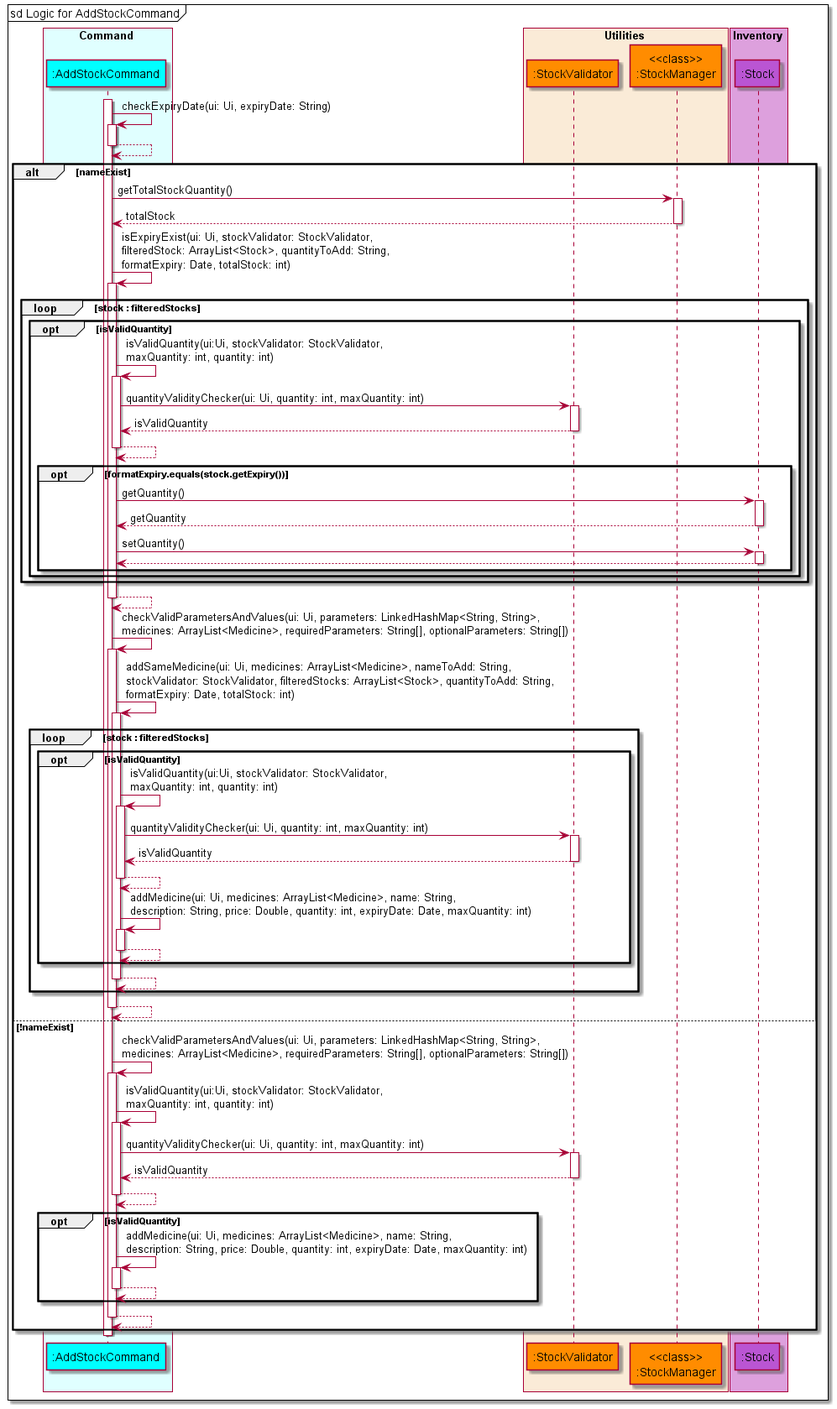
Above: docs/diagrams/diagram_images/AddStockSequenceDiagram.png in nus-cs2113-AY2122S1/tp (PlantUML), before the change.
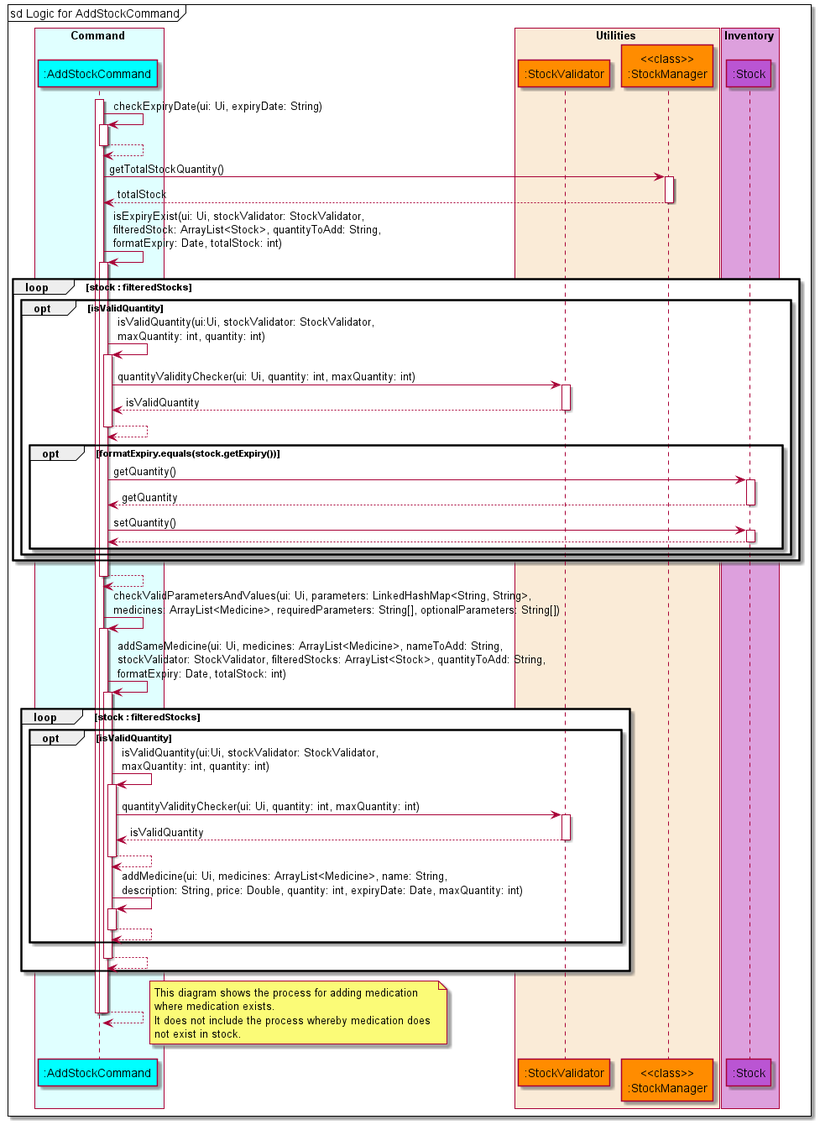
The same file after the commit.

Commit message:
shorten  addstock SD

The edit, as a diff of the source:
```diff
@@ -20,7 +20,7 @@
 activate addstock
 addstock -> addstock : checkExpiryDate(ui: Ui, expiryDate: String)
 addstock --> addstock :
-alt nameExist
+
     addstock -> stockmanager: getTotalStockQuantity()
     addstock <-- stockmanager: totalStock
     addstock -> addstock : isExpiryExist(ui: Ui, stockValidator: StockValidator, \nfilteredStock: ArrayList<Stock>, quantityToAdd: String, \nformatExpiry: Date, totalStock: int)
@@ -53,21 +53,12 @@
         addstock --> addstock :
     end
     addstock --> addstock :
-
-else !nameExist
-    addstock -> addstock : checkValidParametersAndValues(ui: Ui, parameters: LinkedHashMap<String, String>, \nmedicines: ArrayList<Medicine>, requiredParameters: String[], optionalParameters: String[])
-    addstock -> addstock : isValidQuantity(ui:Ui, stockValidator: StockValidator, \nmaxQuantity: int, quantity: int)
-    addstock -> stockvalidator : quantityValidityChecker(ui: Ui, quantity: int, maxQuantity: int)
-    addstock <-- stockvalidator : isValidQuantity
-    addstock --> addstock :
-    opt isValidQuantity
-        addstock -> addstock : addMedicine(ui: Ui, medicines: ArrayList<Medicine>, name: String, \ndescription: String, price: Double, quantity: int, expiryDate: Date, maxQuantity: int)
-        addstock --> addstock :
-    end
-    addstock --> addstock :
-end
-
-
+    note right
+        This diagram shows the process for adding medication
+        where medication exists.
+        It does not include the process whereby medication does
+        not exist in stock.
+    end note
 deactivate addstock
 
 
```
